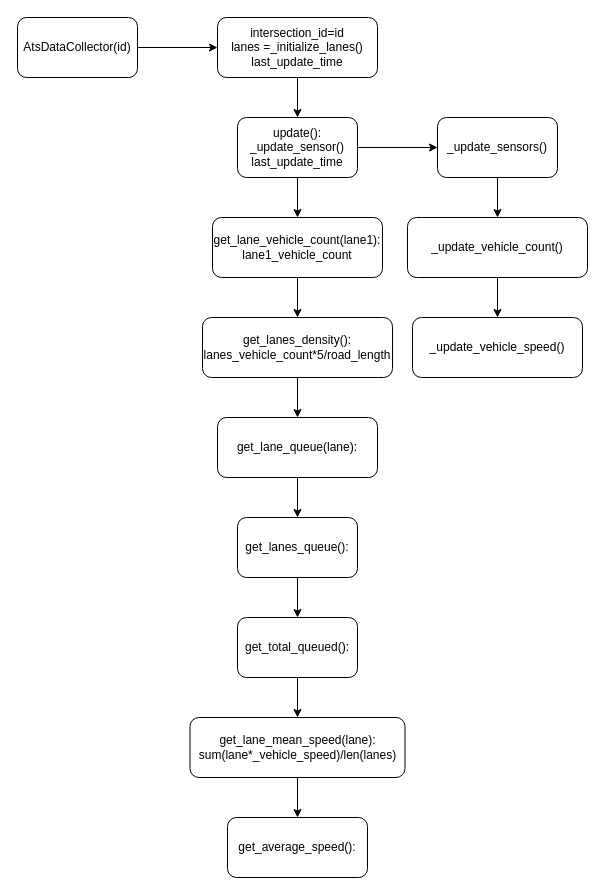
The draw.io diagram page "DataCollector" (3 of 5) of docs/ats_workflow.drawio in LucasAlegre/sumo-rl, before the edit. Source tidied: cells renumbered, new cells numbered last; positions are measured from the earlier drawing's top-left corner, leaving out a move shared by most shapes. Both pictures are drawn from the tidied source at 100%, with x=0, y=0 at pixel (17, 17).
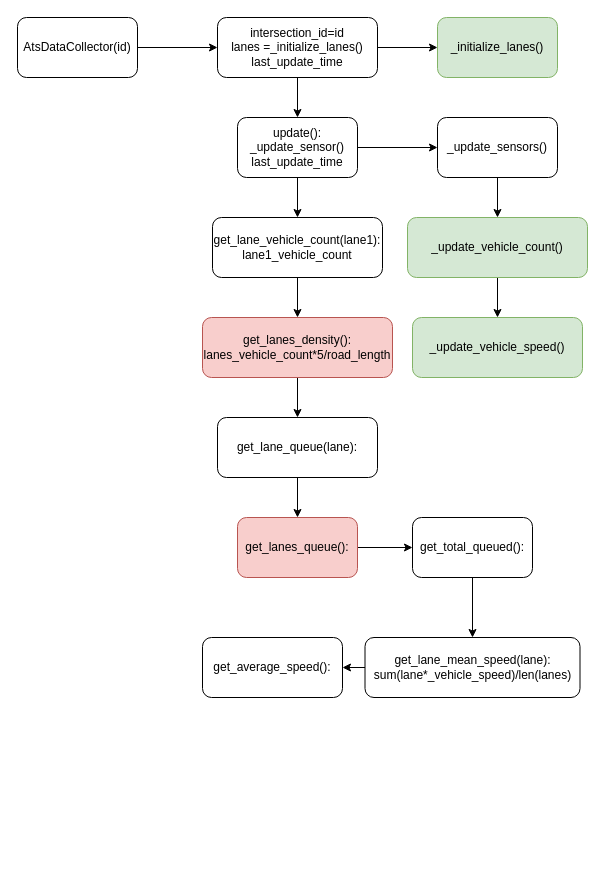
Above is the later version.

The change refers to these unchanged cells:
```xml
<mxCell id="5" value="intersection_id=id&lt;div&gt;lanes =_initialize_lanes()&lt;/div&gt;&lt;div&gt;last_update_time&lt;/div&gt;" style="whiteSpace=wrap;html=1;rounded=1;" parent="1" vertex="1">
  <mxGeometry x="200" width="160" height="60" as="geometry" />
</mxCell>
```

What changed in the source:
```diff
@@
+    <mxCell id="27" style="edgeStyle=orthogonalEdgeStyle;rounded=0;jettySize=auto;html=1;" parent="1" edge="1" source="5" target="28">
+      <mxGeometry relative="1" as="geometry" />
+    </mxCell>
@@
     <mxCell id="12" value="get_lane_mean_speed(lane):&lt;div&gt;sum(lane*_vehicle_speed)/len(lanes)&lt;/div&gt;" style="whiteSpace=wrap;html=1;rounded=1;" parent="1" vertex="1">
-      <mxGeometry x="172.5" y="700" width="215" height="60" as="geometry" />
+      <mxGeometry x="347.5" y="620" width="215" height="60" as="geometry" />
     </mxCell>
@@
-    <mxCell id="14" value="get_lanes_density():&lt;div&gt;lanes_vehicle_count*5/road_length&lt;/div&gt;" style="whiteSpace=wrap;html=1;rounded=1;" parent="1" vertex="1">
+    <mxCell id="14" value="get_lanes_density():&lt;div&gt;lanes_vehicle_count*5/road_length&lt;/div&gt;" style="whiteSpace=wrap;html=1;rounded=1;fillColor=#f8cecc;strokeColor=#b85450;" parent="1" vertex="1">
       <mxGeometry x="185" y="300" width="190" height="60" as="geometry" />
     </mxCell>
@@
-    <mxCell id="16" value="get_lanes_queue():" style="whiteSpace=wrap;html=1;rounded=1;" parent="1" vertex="1">
+    <mxCell id="16" value="get_lanes_queue():" style="whiteSpace=wrap;html=1;rounded=1;fillColor=#f8cecc;strokeColor=#b85450;" parent="1" vertex="1">
       <mxGeometry x="220" y="500" width="120" height="60" as="geometry" />
     </mxCell>
@@
     <mxCell id="18" value="get_total_queued():" style="whiteSpace=wrap;html=1;rounded=1;" parent="1" vertex="1">
-      <mxGeometry x="220" y="600" width="120" height="60" as="geometry" />
+      <mxGeometry x="395" y="500" width="120" height="60" as="geometry" />
     </mxCell>
@@
     <mxCell id="21" value="get_average_speed():" style="whiteSpace=wrap;html=1;rounded=1;" parent="1" vertex="1">
-      <mxGeometry x="210" y="800" width="140" height="60" as="geometry" />
+      <mxGeometry x="185" y="620" width="140" height="60" as="geometry" />
     </mxCell>
@@
-    <mxCell id="25" value="_update_vehicle_count()" style="whiteSpace=wrap;html=1;rounded=1;" parent="1" vertex="1">
+    <mxCell id="25" value="_update_vehicle_count()" style="whiteSpace=wrap;html=1;rounded=1;fillColor=#d5e8d4;strokeColor=#82b366;" parent="1" vertex="1">
       <mxGeometry x="390" y="200" width="180" height="60" as="geometry" />
     </mxCell>
-    <mxCell id="26" value="_update_vehicle_speed()" style="whiteSpace=wrap;html=1;rounded=1;" parent="1" vertex="1">
+    <mxCell id="26" value="_update_vehicle_speed()" style="whiteSpace=wrap;html=1;rounded=1;fillColor=#d5e8d4;strokeColor=#82b366;" parent="1" vertex="1">
       <mxGeometry x="395" y="300" width="170" height="60" as="geometry" />
     </mxCell>
+    <mxCell id="28" value="_initialize_lanes()" style="whiteSpace=wrap;html=1;rounded=1;fillColor=#d5e8d4;strokeColor=#82b366;" parent="1" vertex="1">
+      <mxGeometry x="420" width="120" height="60" as="geometry" />
+    </mxCell>
```
